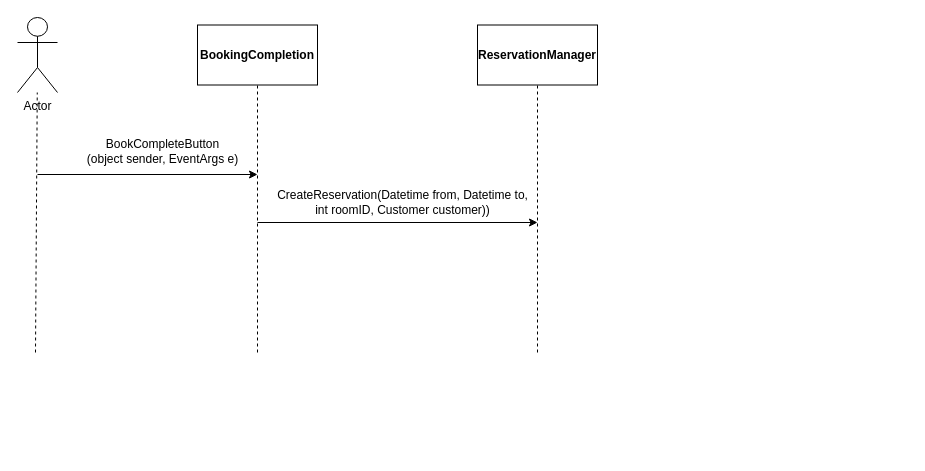
This is Dokumentation/SD diagram.drawio from NansyT/CountryLiving, a draw.io file, before an edit. Source tidied: cells renumbered, new cells numbered last; positions are measured from the earlier drawing's top-left corner, leaving out a move shared by most shapes. Both pictures are drawn from the tidied source at 100%, with x=0, y=0 at pixel (17, 17).
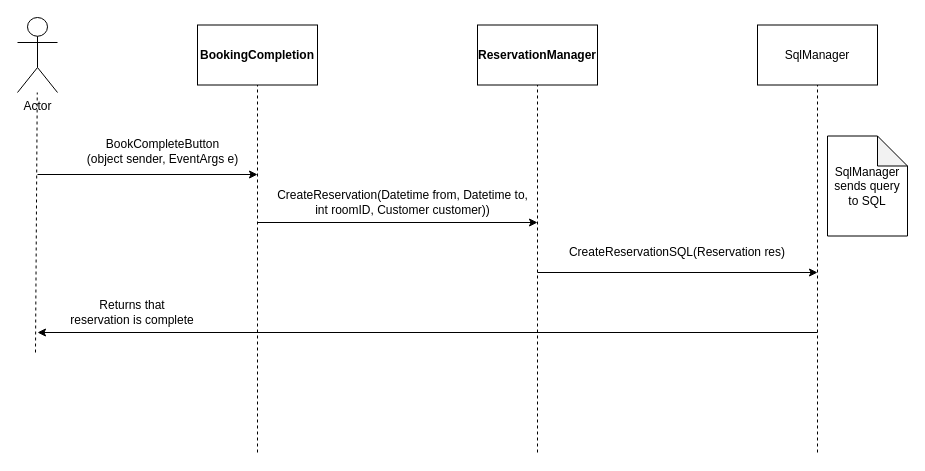
The same page after the edit.

Unchanged cells that the change refers to:
```xml
<mxCell id="4" value="&lt;b&gt;BookingCompletion&lt;br&gt;&lt;/b&gt;" style="rounded=0;whiteSpace=wrap;html=1;" parent="1" vertex="1">
  <mxGeometry x="180" y="7.5" width="120" height="60" as="geometry" />
</mxCell>
<mxCell id="5" value="&lt;b&gt;ReservationManager&lt;/b&gt;" style="rounded=0;whiteSpace=wrap;html=1;" parent="1" vertex="1">
  <mxGeometry x="460" y="7.5" width="120" height="60" as="geometry" />
</mxCell>
```

The edit, as a diff of the source:
```diff
@@
     <mxCell id="6" style="endArrow=none;dashed=1;html=1;entryX=0.5;entryY=1;entryDx=0;entryDy=0;" parent="1" edge="1" target="4">
       <mxGeometry relative="1" as="geometry">
-        <mxPoint x="240" y="335" as="sourcePoint" />
+        <mxPoint x="240" y="435" as="sourcePoint" />
       </mxGeometry>
     </mxCell>
     <mxCell id="7" style="endArrow=none;dashed=1;html=1;entryX=0.5;entryY=1;entryDx=0;entryDy=0;" parent="1" edge="1" target="5">
       <mxGeometry relative="1" as="geometry">
-        <mxPoint x="520" y="335" as="sourcePoint" />
+        <mxPoint x="520" y="435" as="sourcePoint" />
       </mxGeometry>
     </mxCell>
@@
+    <mxCell id="12" value="SqlManager" style="rounded=0;whiteSpace=wrap;html=1;" parent="1" vertex="1">
+      <mxGeometry x="740" y="7.5" width="120" height="60" as="geometry" />
+    </mxCell>
+    <mxCell id="13" style="endArrow=none;dashed=1;html=1;entryX=0.5;entryY=1;entryDx=0;entryDy=0;" parent="1" edge="1" target="12">
+      <mxGeometry relative="1" as="geometry">
+        <mxPoint x="800" y="435" as="sourcePoint" />
+      </mxGeometry>
+    </mxCell>
+    <mxCell id="14" style="endArrow=classic;html=1;" parent="1" edge="1">
+      <mxGeometry relative="1" as="geometry">
+        <mxPoint x="520" y="255" as="sourcePoint" />
+        <mxPoint x="800" y="255" as="targetPoint" />
+      </mxGeometry>
+    </mxCell>
+    <mxCell id="15" value="CreateReservationSQL(Reservation res)" style="text;html=1;strokeColor=none;fillColor=none;align=center;verticalAlign=middle;whiteSpace=wrap;rounded=0;" parent="1" vertex="1">
+      <mxGeometry x="540" y="225" width="240" height="20" as="geometry" />
+    </mxCell>
+    <mxCell id="16" style="endArrow=classic;html=1;" parent="1" edge="1">
+      <mxGeometry relative="1" as="geometry">
+        <mxPoint x="800" y="315" as="sourcePoint" />
+        <mxPoint x="20" y="315" as="targetPoint" />
+      </mxGeometry>
+    </mxCell>
+    <mxCell id="17" value="Returns that reservation is complete" style="text;html=1;strokeColor=none;fillColor=none;align=center;verticalAlign=middle;whiteSpace=wrap;rounded=0;" parent="1" vertex="1">
+      <mxGeometry x="50" y="285" width="130" height="20" as="geometry" />
+    </mxCell>
+    <mxCell id="18" value="SqlManager sends query to SQL" style="shape=note;whiteSpace=wrap;html=1;backgroundOutline=1;darkOpacity=0.05;" parent="1" vertex="1">
+      <mxGeometry x="810" y="118.5" width="80" height="100" as="geometry" />
+    </mxCell>
```
